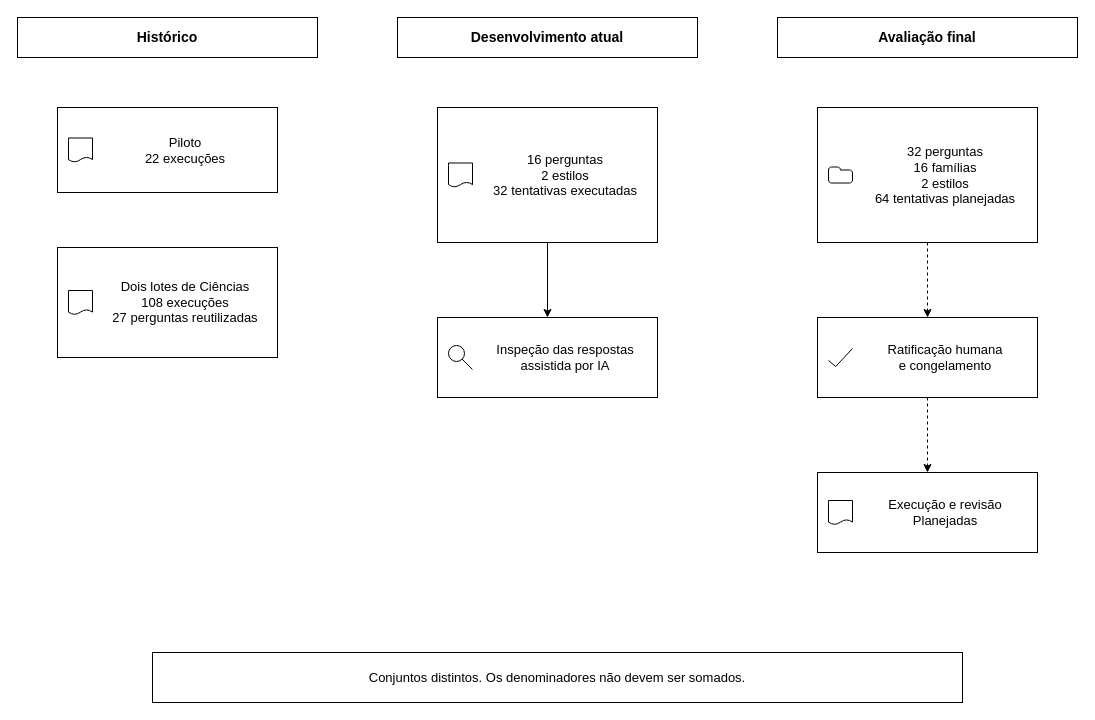
Above: page "04 Desenho da pesquisa" (4 of 7) of GuardKids_Drawio_rotulos.drawio in devfellsp/TCC-GUARDRAILS-FOR-CHILDREN- (draw.io), before the change. Source tidied: cells renumbered, new cells numbered last; positions are measured from the earlier drawing's top-left corner, leaving out a move shared by most shapes. Both pictures are drawn from the tidied source at 100%, with x=0, y=0 at pixel (17, 17).
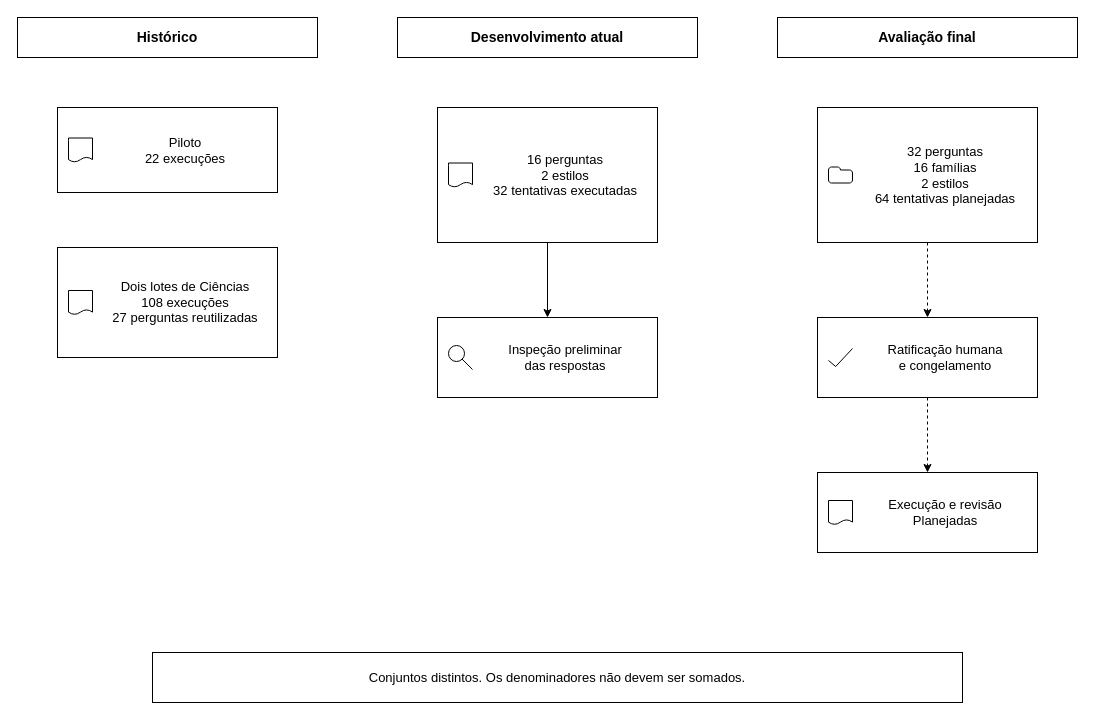
After the change.

The edit, as a diff of the source:
```diff
@@
-    <mxCell id="8" value="Inspeção das respostas&lt;br&gt;assistida por IA" style="rounded=0;whiteSpace=wrap;html=1;fontFamily=Arial;fontSize=14;strokeColor=#000000;fillColor=#FFFFFF;shadow=0;strokeWidth=1;fontSize=13;fontStyle=0;spacingLeft=44;spacingRight=8;" parent="1" vertex="1">
+    <mxCell id="8" value="Inspeção preliminar&lt;br&gt;das respostas" style="rounded=0;whiteSpace=wrap;html=1;fontFamily=Arial;fontSize=14;strokeColor=#000000;fillColor=#FFFFFF;shadow=0;strokeWidth=1;fontSize=13;fontStyle=0;spacingLeft=44;spacingRight=8;" parent="1" vertex="1">
       <mxGeometry x="420" y="300" width="220" height="80" as="geometry" />
     </mxCell>
```
